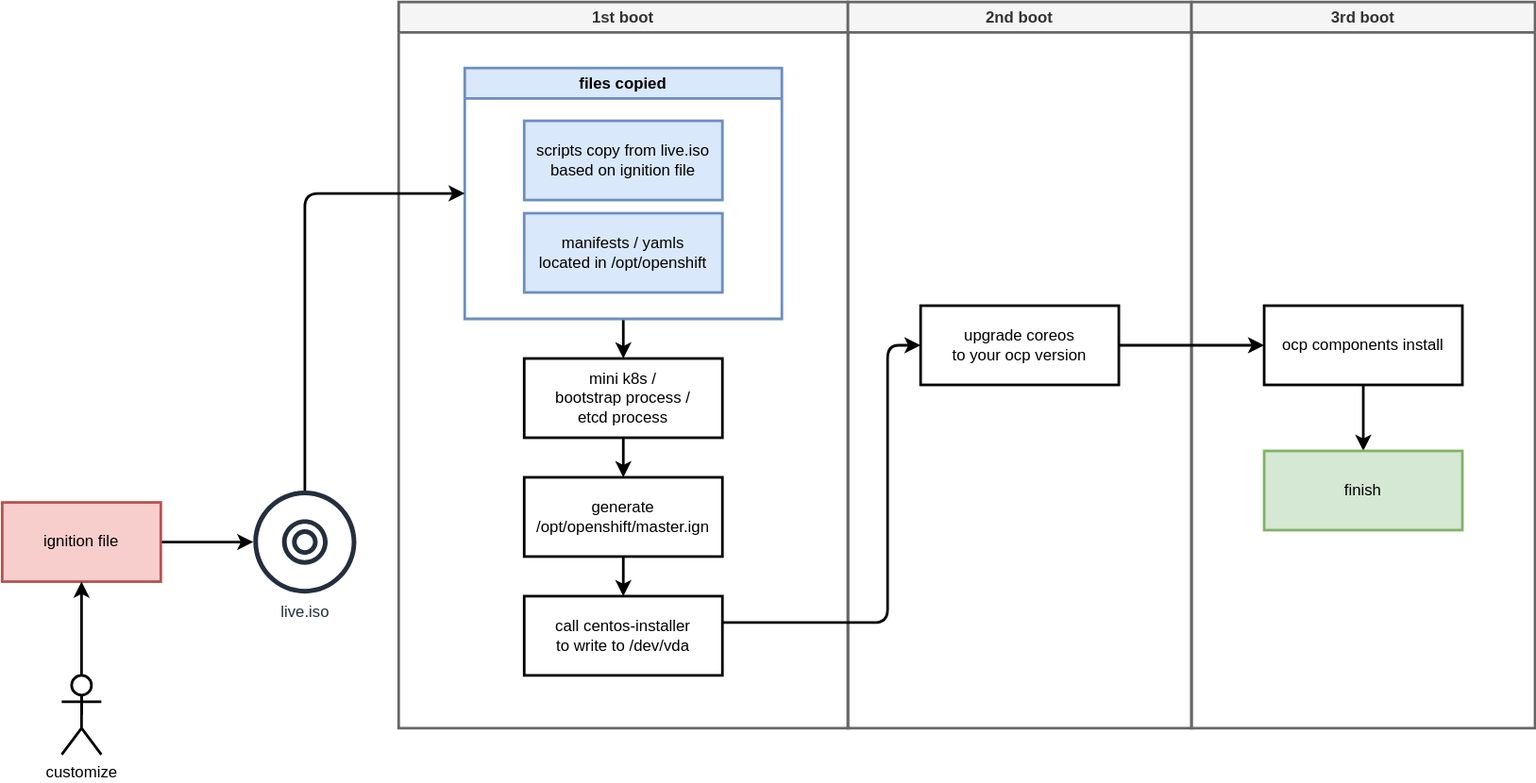
Above: redhat/ocp4/4.10/dia/4.10.sno.installer.drawio.svg in wangzheng422/docker_env (draw.io), before the change. Source tidied: cells renumbered, new cells last; positions are measured from the earlier drawing's top-left corner, leaving out a move shared by most shapes. The source it was exported from:
```xml
<mxGraphModel>
  <root>
    <mxCell id="0" />
    <mxCell id="1" parent="0" />
    <mxCell id="2" value="1st boot" style="swimlane;strokeWidth=2;fillColor=#f5f5f5;fontColor=#333333;strokeColor=#666666;" parent="1" vertex="1">
      <mxGeometry x="300" width="340" height="550" as="geometry" />
    </mxCell>
    <mxCell id="3" style="edgeStyle=none;html=1;strokeWidth=2;" parent="2" edge="1" source="4" target="5">
      <mxGeometry relative="1" as="geometry" />
    </mxCell>
    <mxCell id="4" value="generate&amp;nbsp;&lt;br&gt;/opt/openshift/master.ign" style="rounded=0;whiteSpace=wrap;html=1;strokeWidth=2;" parent="2" vertex="1">
      <mxGeometry x="95" y="360" width="150" height="60" as="geometry" />
    </mxCell>
    <mxCell id="5" value="call centos-installer&lt;br&gt;to write to /dev/vda" style="rounded=0;whiteSpace=wrap;html=1;strokeWidth=2;" parent="2" vertex="1">
      <mxGeometry x="95" y="450" width="150" height="60" as="geometry" />
    </mxCell>
    <mxCell id="6" style="edgeStyle=orthogonalEdgeStyle;html=1;entryX=0.5;entryY=0;entryDx=0;entryDy=0;strokeWidth=2;" parent="2" edge="1" source="7" target="11">
      <mxGeometry relative="1" as="geometry" />
    </mxCell>
    <mxCell id="7" value="files copied" style="swimlane;strokeWidth=2;fillColor=#dae8fc;strokeColor=#6c8ebf;" parent="2" vertex="1">
      <mxGeometry x="50" y="50" width="240" height="190" as="geometry" />
    </mxCell>
    <mxCell id="8" value="scripts copy from live.iso&lt;br&gt;based on ignition file" style="rounded=0;whiteSpace=wrap;html=1;strokeWidth=2;fillColor=#dae8fc;strokeColor=#6c8ebf;" parent="7" vertex="1">
      <mxGeometry x="45" y="40" width="150" height="60" as="geometry" />
    </mxCell>
    <mxCell id="9" value="manifests / yamls&lt;br&gt;located in /opt/openshift" style="rounded=0;whiteSpace=wrap;html=1;strokeWidth=2;fillColor=#dae8fc;strokeColor=#6c8ebf;" parent="7" vertex="1">
      <mxGeometry x="45" y="110" width="150" height="60" as="geometry" />
    </mxCell>
    <mxCell id="10" style="edgeStyle=orthogonalEdgeStyle;html=1;entryX=0.5;entryY=0;entryDx=0;entryDy=0;strokeWidth=2;" parent="2" edge="1" source="11" target="4">
      <mxGeometry relative="1" as="geometry" />
    </mxCell>
    <mxCell id="11" value="mini k8s /&amp;nbsp;&lt;br&gt;bootstrap process /&lt;br&gt;etcd process" style="rounded=0;whiteSpace=wrap;html=1;strokeWidth=2;" parent="2" vertex="1">
      <mxGeometry x="95" y="270" width="150" height="60" as="geometry" />
    </mxCell>
    <mxCell id="12" value="2nd boot" style="swimlane;strokeWidth=2;startSize=23;fillColor=#f5f5f5;fontColor=#333333;strokeColor=#666666;" parent="1" vertex="1">
      <mxGeometry x="640" width="260" height="550" as="geometry" />
    </mxCell>
    <mxCell id="13" value="upgrade coreos&amp;nbsp;&lt;br&gt;to your ocp version" style="rounded=0;whiteSpace=wrap;html=1;strokeWidth=2;" parent="12" vertex="1">
      <mxGeometry x="55" y="230" width="150" height="60" as="geometry" />
    </mxCell>
    <mxCell id="14" value="3rd boot" style="swimlane;strokeWidth=2;fillColor=#f5f5f5;fontColor=#333333;strokeColor=#666666;" parent="1" vertex="1">
      <mxGeometry x="900" width="260" height="550" as="geometry" />
    </mxCell>
    <mxCell id="15" style="edgeStyle=orthogonalEdgeStyle;html=1;entryX=0.5;entryY=0;entryDx=0;entryDy=0;strokeWidth=2;" parent="14" edge="1" source="16" target="17">
      <mxGeometry relative="1" as="geometry" />
    </mxCell>
    <mxCell id="16" value="ocp components install&amp;nbsp;" style="rounded=0;whiteSpace=wrap;html=1;strokeWidth=2;" parent="14" vertex="1">
      <mxGeometry x="55" y="230" width="150" height="60" as="geometry" />
    </mxCell>
    <mxCell id="17" value="finish" style="rounded=0;whiteSpace=wrap;html=1;strokeWidth=2;fillColor=#d5e8d4;strokeColor=#82b366;" parent="14" vertex="1">
      <mxGeometry x="55" y="340" width="150" height="60" as="geometry" />
    </mxCell>
    <mxCell id="18" style="edgeStyle=orthogonalEdgeStyle;html=1;strokeWidth=2;entryX=0;entryY=0.5;entryDx=0;entryDy=0;" parent="1" edge="1" source="19" target="7">
      <mxGeometry relative="1" as="geometry">
        <Array as="points">
          <mxPoint x="229" y="145" />
        </Array>
      </mxGeometry>
    </mxCell>
    <mxCell id="19" value="live.iso" style="sketch=0;outlineConnect=0;fontColor=#232F3E;gradientColor=none;fillColor=#232F3D;strokeColor=none;dashed=0;verticalLabelPosition=bottom;verticalAlign=top;align=center;html=1;fontSize=12;fontStyle=0;shape=mxgraph.aws4.disk;" parent="1" vertex="1">
      <mxGeometry x="190" y="370" width="78" height="78" as="geometry" />
    </mxCell>
    <mxCell id="20" style="edgeStyle=none;html=1;strokeWidth=2;" parent="1" edge="1" source="21" target="19">
      <mxGeometry relative="1" as="geometry" />
    </mxCell>
    <mxCell id="21" value="ignition file" style="rounded=0;whiteSpace=wrap;html=1;strokeWidth=2;fillColor=#f8cecc;strokeColor=#b85450;" parent="1" vertex="1">
      <mxGeometry y="379" width="120" height="60" as="geometry" />
    </mxCell>
    <mxCell id="22" style="edgeStyle=none;html=1;exitX=0.5;exitY=0.5;exitDx=0;exitDy=0;exitPerimeter=0;strokeWidth=2;" parent="1" edge="1" source="23" target="21">
      <mxGeometry relative="1" as="geometry" />
    </mxCell>
    <mxCell id="23" value="customize" style="shape=umlActor;verticalLabelPosition=bottom;verticalAlign=top;html=1;outlineConnect=0;strokeWidth=2;" parent="1" vertex="1">
      <mxGeometry x="45" y="510" width="30" height="60" as="geometry" />
    </mxCell>
    <mxCell id="24" style="edgeStyle=orthogonalEdgeStyle;html=1;entryX=0;entryY=0.5;entryDx=0;entryDy=0;strokeWidth=2;" parent="1" edge="1" source="5" target="13">
      <mxGeometry relative="1" as="geometry">
        <Array as="points">
          <mxPoint x="670" y="470" />
          <mxPoint x="670" y="260" />
        </Array>
      </mxGeometry>
    </mxCell>
    <mxCell id="25" style="edgeStyle=orthogonalEdgeStyle;html=1;entryX=0;entryY=0.5;entryDx=0;entryDy=0;strokeWidth=2;" parent="1" edge="1" source="13" target="16">
      <mxGeometry relative="1" as="geometry" />
    </mxCell>
  </root>
</mxGraphModel>
```
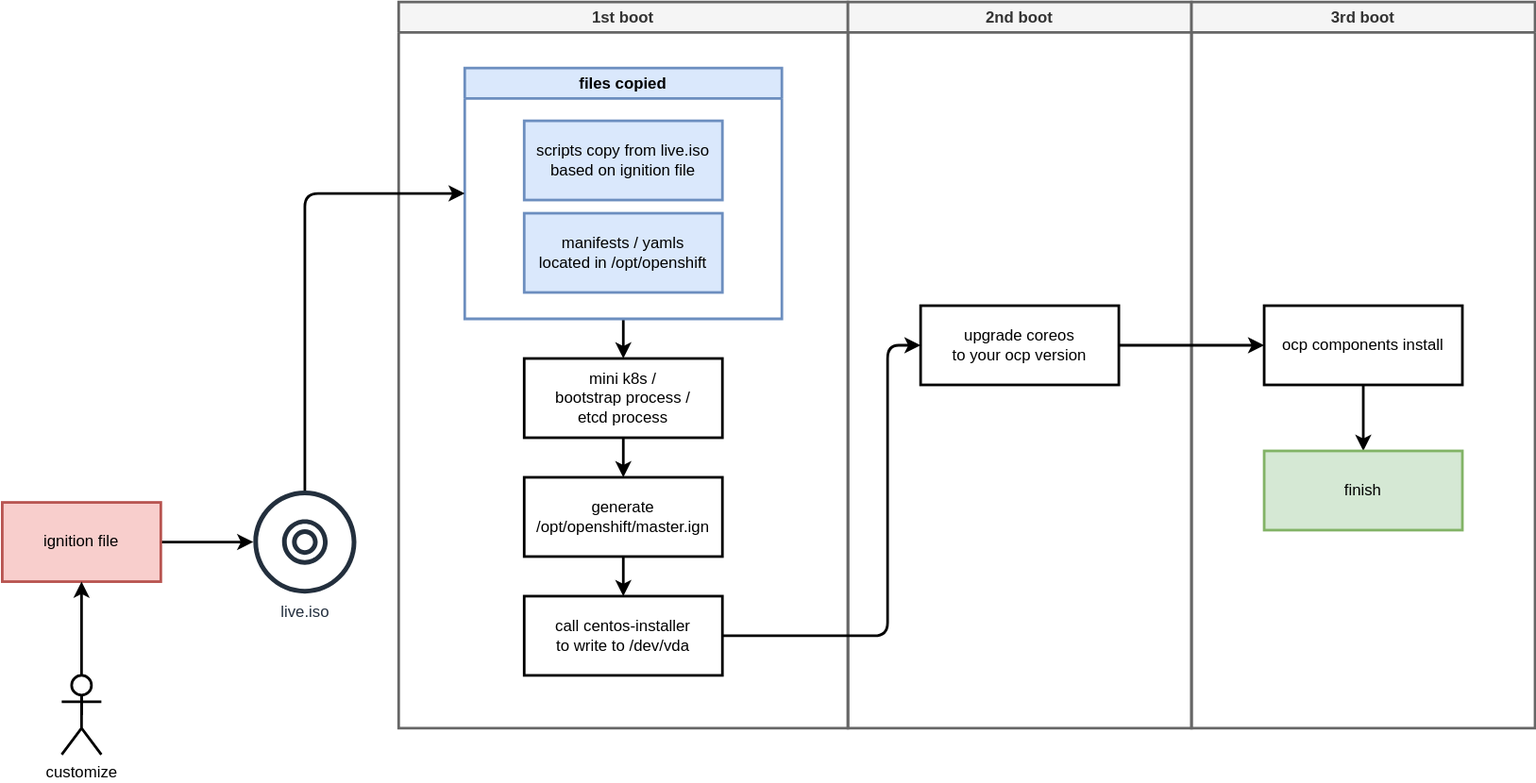
Later version of the same file.

The edit, as a diff of the source:
```diff
@@ -72,10 +72,10 @@
     <mxCell id="23" value="customize" style="shape=umlActor;verticalLabelPosition=bottom;verticalAlign=top;html=1;outlineConnect=0;strokeWidth=2;" parent="1" vertex="1">
       <mxGeometry x="45" y="510" width="30" height="60" as="geometry" />
     </mxCell>
-    <mxCell id="24" style="edgeStyle=orthogonalEdgeStyle;html=1;entryX=0;entryY=0.5;entryDx=0;entryDy=0;strokeWidth=2;" parent="1" edge="1" source="5" target="13">
+    <mxCell id="24" style="edgeStyle=orthogonalEdgeStyle;html=1;entryX=0;entryY=0.5;entryDx=0;entryDy=0;strokeWidth=2;exitX=1;exitY=0.5;exitDx=0;exitDy=0;" parent="1" edge="1" source="5" target="13">
       <mxGeometry relative="1" as="geometry">
         <Array as="points">
-          <mxPoint x="670" y="470" />
+          <mxPoint x="670" y="480" />
           <mxPoint x="670" y="260" />
         </Array>
       </mxGeometry>
```
